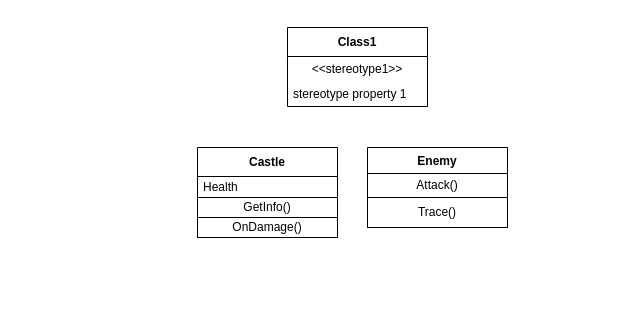
Above: GameDiagram.drawio in coverfrog/Castle_Deffense_Diagram (draw.io), before the change. Source tidied: cells renumbered, new cells numbered last; positions are measured from the earlier drawing's top-left corner, leaving out a move shared by most shapes. Both pictures are drawn from the tidied source at 100%, with x=0, y=0 at pixel (197, 27).
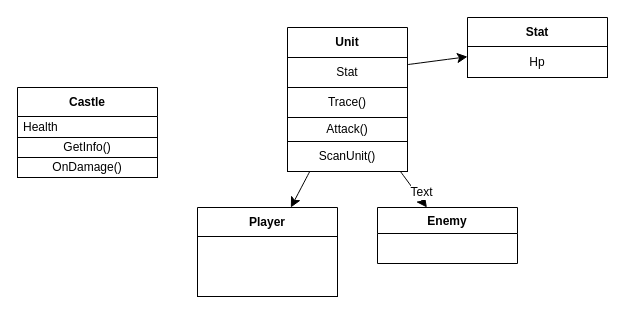
Above is the later version.

Change to the diagram source:
```diff
@@
 <mxGraphModel>
   <root>
     <mxCell id="0" />
     <mxCell id="1" parent="0" />
     <mxCell id="2" value="Castle" style="swimlane;fontStyle=1;align=center;verticalAlign=middle;horizontal=1;startSize=29;html=1;whiteSpace=wrap;" parent="1" vertex="1">
-      <mxGeometry y="120" width="140" height="90" as="geometry" />
+      <mxGeometry x="-180" y="60" width="140" height="90" as="geometry" />
     </mxCell>
     <mxCell id="3" value="Health" style="text;html=1;strokeColor=none;fillColor=none;align=left;verticalAlign=middle;spacingLeft=4;spacingRight=4;overflow=hidden;whiteSpace=wrap;" parent="2" vertex="1">
       <mxGeometry y="29" width="140" height="21" as="geometry" />
     </mxCell>
     <mxCell id="4" value="GetInfo()" style="whiteSpace=wrap;html=1;" parent="2" vertex="1">
       <mxGeometry y="50" width="140" height="20" as="geometry" />
     </mxCell>
     <mxCell id="5" value="OnDamage()" style="whiteSpace=wrap;html=1;" parent="2" vertex="1">
       <mxGeometry y="70" width="140" height="20" as="geometry" />
     </mxCell>
     <mxCell id="6" value="Enemy" style="swimlane;fontStyle=1;align=center;verticalAlign=top;horizontal=1;startSize=26;whiteSpace=wrap;html=1;" parent="1" vertex="1">
-      <mxGeometry x="170" y="120" width="140" height="80" as="geometry" />
+      <mxGeometry x="180" y="180" width="140" height="56" as="geometry" />
     </mxCell>
+    <mxCell id="12" style="edgeStyle=none;curved=1;rounded=0;jettySize=auto;html=1;fontSize=12;startSize=8;endSize=8;" parent="1" edge="1" source="9" target="17">
+      <mxGeometry relative="1" as="geometry" />
+    </mxCell>
+    <mxCell id="9" value="Unit" style="swimlane;fontStyle=1;align=center;verticalAlign=middle;horizontal=1;startSize=30;html=1;whiteSpace=wrap;" parent="1" vertex="1">
+      <mxGeometry x="90" width="120" height="144" as="geometry" />
+    </mxCell>
+    <mxCell id="13" value="Stat" style="whiteSpace=wrap;html=1;" parent="9" vertex="1">
+      <mxGeometry y="30" width="120" height="30" as="geometry" />
+    </mxCell>
+    <mxCell id="8" value="Trace()" style="whiteSpace=wrap;html=1;" parent="9" vertex="1">
+      <mxGeometry y="60" width="120" height="30" as="geometry" />
+    </mxCell>
-    <mxCell id="7" value="Attack()" style="whiteSpace=wrap;html=1;" parent="6" vertex="1">
-      <mxGeometry y="26" width="140" height="24" as="geometry" />
+    <mxCell id="7" value="Attack()" style="whiteSpace=wrap;html=1;" parent="9" vertex="1">
+      <mxGeometry y="90" width="120" height="24" as="geometry" />
     </mxCell>
-    <mxCell id="8" value="Trace()" style="whiteSpace=wrap;html=1;" parent="6" vertex="1">
-      <mxGeometry y="50" width="140" height="30" as="geometry" />
-    </mxCell>
-    <mxCell id="9" value="Class1" style="swimlane;fontStyle=1;align=center;verticalAlign=middle;horizontal=1;startSize=29;html=1;whiteSpace=wrap;" parent="1" vertex="1">
-      <mxGeometry x="90" width="140" height="79" as="geometry" />
-    </mxCell>
-    <mxCell id="10" value="&amp;lt;&amp;lt;stereotype1&amp;gt;&amp;gt;" style="text;html=1;strokeColor=none;fillColor=none;align=center;verticalAlign=middle;spacingLeft=4;spacingRight=4;overflow=hidden;whiteSpace=wrap;" parent="9" vertex="1">
-      <mxGeometry y="29" width="140" height="25" as="geometry" />
-    </mxCell>
-    <mxCell id="11" value="stereotype property 1" style="text;html=1;strokeColor=none;fillColor=none;align=left;verticalAlign=middle;spacingLeft=4;spacingRight=4;overflow=hidden;whiteSpace=wrap;" parent="9" vertex="1">
-      <mxGeometry y="54" width="140" height="25" as="geometry" />
-    </mxCell>
+    <mxCell id="14" value="ScanUnit()" style="whiteSpace=wrap;html=1;" parent="9" vertex="1">
+      <mxGeometry y="114" width="120" height="30" as="geometry" />
+    </mxCell>
+    <mxCell id="15" style="edgeStyle=none;curved=1;rounded=0;jettySize=auto;html=1;fontSize=12;startSize=8;endSize=8;" parent="1" edge="1" source="9" target="6">
+      <mxGeometry relative="1" as="geometry" />
+    </mxCell>
+    <mxCell id="16" value="Text" style="edgeLabel;html=1;align=center;verticalAlign=middle;fontSize=12;" parent="15" vertex="1">
+      <mxGeometry x="0.32" y="4" relative="1" as="geometry" />
+    </mxCell>
+    <mxCell id="17" value="Player" style="swimlane;fontStyle=1;align=center;verticalAlign=middle;horizontal=1;startSize=29;html=1;whiteSpace=wrap;" parent="1" vertex="1">
+      <mxGeometry y="180" width="140" height="89" as="geometry" />
+    </mxCell>
+    <mxCell id="18" style="whiteSpace=wrap;html=1;" parent="17" vertex="1">
+      <mxGeometry y="29" width="140" height="60" as="geometry" />
+    </mxCell>
+    <mxCell id="19" value="Stat" style="swimlane;fontStyle=1;align=center;verticalAlign=middle;horizontal=1;startSize=29;html=1;whiteSpace=wrap;" parent="1" vertex="1">
+      <mxGeometry x="270" y="-10" width="140" height="60" as="geometry" />
+    </mxCell>
+    <mxCell id="20" value="Hp" style="whiteSpace=wrap;html=1;" parent="19" vertex="1">
+      <mxGeometry y="29" width="140" height="31" as="geometry" />
+    </mxCell>
+    <mxCell id="21" style="edgeStyle=none;curved=1;rounded=0;jettySize=auto;html=1;fontSize=12;startSize=8;endSize=8;" parent="1" edge="1" source="13" target="19">
+      <mxGeometry relative="1" as="geometry" />
+    </mxCell>
   </root>
 </mxGraphModel>
```
